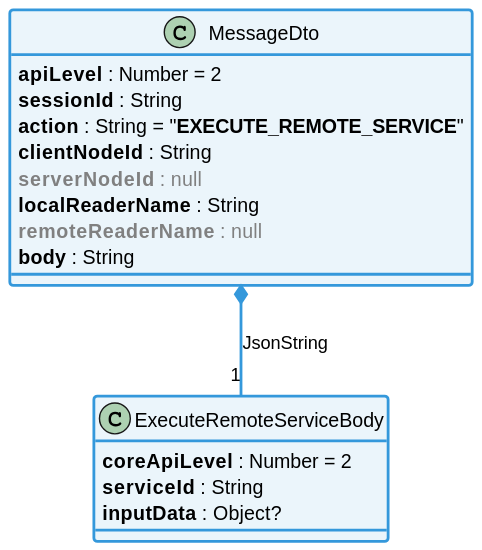
Earlier version of the PlantUML export static/media/learn/user-guide/non-keyple-client/server-json-api-2-0/serverJsonApi_classDiagram_executeRemoteService.svg (eclipse-keyple/keyple-website).
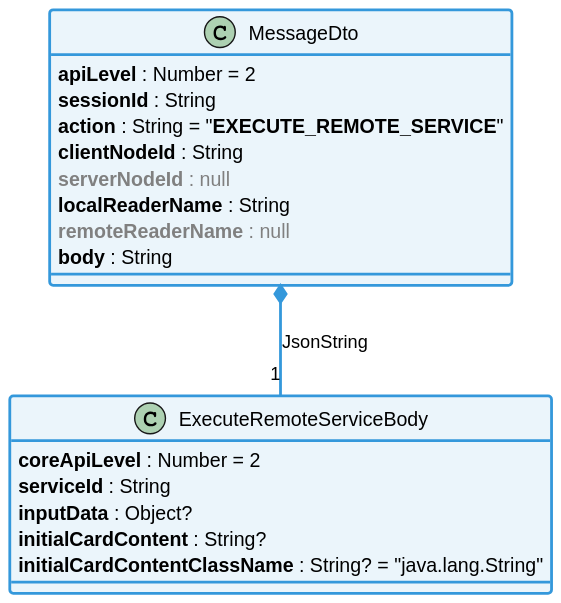
The same file after the commit.

What changed in the source:
```diff
@@ -50,6 +50,8 @@
     **coreApiLevel** : Number = 2
     **serviceId** : String
     **inputData** : Object?
+    **initialCardContent** : String?
+    **initialCardContentClassName** : String? = "java.lang.String"
 }
 
 
```
